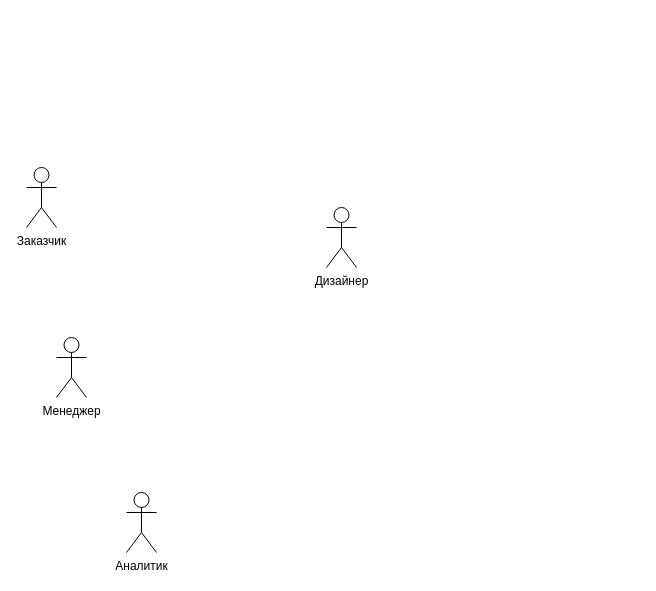
Earlier version of the draw.io diagram acms3.drawio (v-tempe/draw.io). Source tidied: cells renumbered, new cells numbered last; positions are measured from the earlier drawing's top-left corner, leaving out a move shared by most shapes. Both pictures are drawn from the tidied source at 100%, with x=0, y=0 at pixel (26, 167).
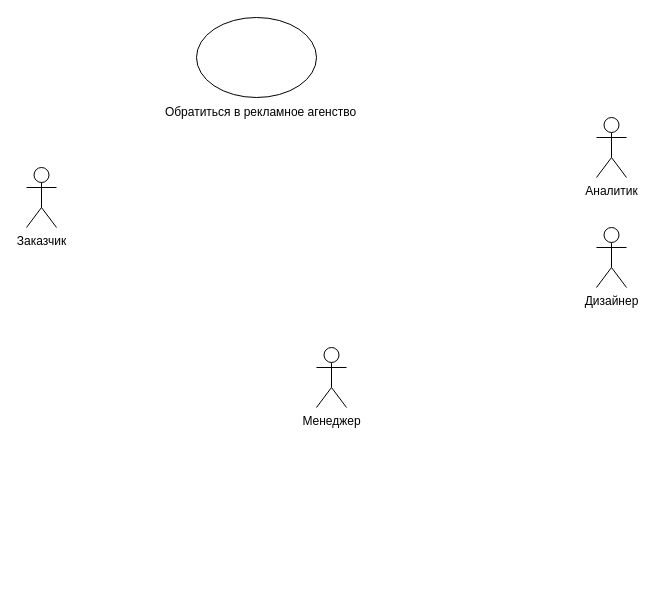
The same page after the edit.

Diff of the diagram source:
```diff
@@
 <mxGraphModel>
   <root>
     <mxCell id="0" />
     <mxCell id="1" parent="0" />
     <mxCell id="2" value="Заказчик" style="shape=umlActor;verticalLabelPosition=bottom;verticalAlign=top;html=1;" parent="1" vertex="1">
       <mxGeometry width="30" height="60" as="geometry" />
     </mxCell>
     <mxCell id="3" value="Дизайнер" style="shape=umlActor;verticalLabelPosition=bottom;verticalAlign=top;html=1;" parent="1" vertex="1">
-      <mxGeometry x="300" y="40" width="30" height="60" as="geometry" />
+      <mxGeometry x="570" y="60" width="30" height="60" as="geometry" />
     </mxCell>
     <mxCell id="4" value="Менеджер" style="shape=umlActor;verticalLabelPosition=bottom;verticalAlign=top;html=1;" parent="1" vertex="1">
-      <mxGeometry x="30" y="170" width="30" height="60" as="geometry" />
+      <mxGeometry x="290" y="180" width="30" height="60" as="geometry" />
     </mxCell>
     <mxCell id="5" value="Аналитик" style="shape=umlActor;verticalLabelPosition=bottom;verticalAlign=top;html=1;" parent="1" vertex="1">
-      <mxGeometry x="100" y="325" width="30" height="60" as="geometry" />
+      <mxGeometry x="570" y="-50" width="30" height="60" as="geometry" />
     </mxCell>
+    <mxCell id="6" style="ellipse;whiteSpace=wrap;html=1;" parent="1" vertex="1">
+      <mxGeometry x="170" y="-150" width="120" height="80" as="geometry" />
+    </mxCell>
+    <mxCell id="7" value="Обратиться в рекламное агенство" style="text;html=1;align=center;verticalAlign=middle;strokeColor=none;fillColor=none;" parent="1" vertex="1">
+      <mxGeometry x="124" y="-70" width="220" height="30" as="geometry" />
+    </mxCell>
   </root>
 </mxGraphModel>
```
